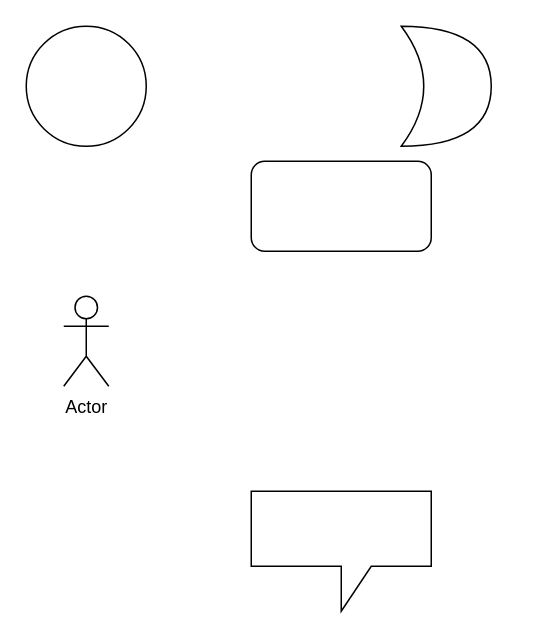
This is page "Page-2" (2 of 3) of docs/assets/drawio/demo1.drawio from ShaoOrg/bulletin, a draw.io file, before an edit. Source tidied: cells renumbered, new cells numbered last; positions are measured from the earlier drawing's top-left corner, leaving out a move shared by most shapes. Both pictures are drawn from the tidied source at 150%, with x=0, y=0 at pixel (26, 26).
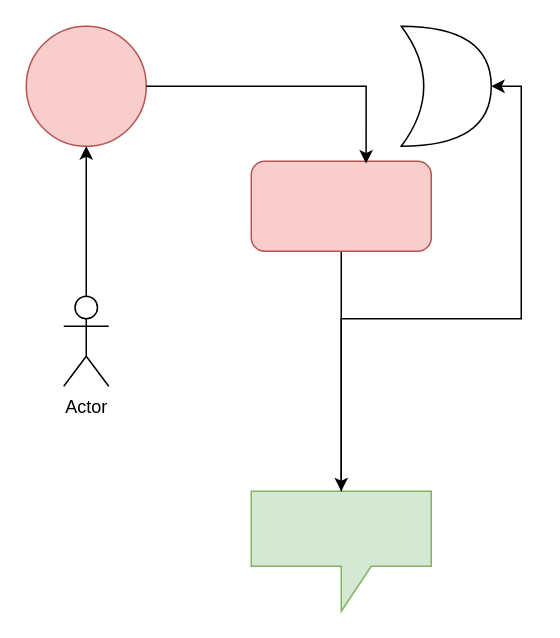
Above is the later version.

Commit message:
commit by web api from e8f70b6578c5

Diff of the diagram source:
```diff
@@
 <mxGraphModel>
   <root>
     <mxCell id="0" />
     <mxCell id="1" parent="0" />
+    <mxCell id="7" style="edgeStyle=orthogonalEdgeStyle;rounded=0;jettySize=auto;html=1;" parent="1" edge="1" source="2" target="4">
+      <mxGeometry relative="1" as="geometry" />
+    </mxCell>
-    <mxCell id="2" style="rounded=1;whiteSpace=wrap;html=1;" parent="1" vertex="1">
+    <mxCell id="2" style="rounded=1;whiteSpace=wrap;html=1;fillColor=#f8cecc;strokeColor=#b85450;" parent="1" vertex="1">
       <mxGeometry x="150" y="90" width="120" height="60" as="geometry" />
     </mxCell>
-    <mxCell id="3" style="ellipse;whiteSpace=wrap;html=1;" parent="1" vertex="1">
+    <mxCell id="3" style="ellipse;whiteSpace=wrap;html=1;fillColor=#f8cecc;strokeColor=#b85450;" parent="1" vertex="1">
       <mxGeometry width="80" height="80" as="geometry" />
     </mxCell>
-    <mxCell id="4" style="shape=callout;whiteSpace=wrap;html=1;perimeter=calloutPerimeter;" parent="1" vertex="1">
+    <mxCell id="4" style="shape=callout;whiteSpace=wrap;html=1;perimeter=calloutPerimeter;fillColor=#d5e8d4;strokeColor=#82b366;" parent="1" vertex="1">
       <mxGeometry x="150" y="310" width="120" height="80" as="geometry" />
     </mxCell>
+    <mxCell id="8" style="edgeStyle=orthogonalEdgeStyle;rounded=0;jettySize=auto;html=1;entryX=0.5;entryY=1;entryDx=0;entryDy=0;" parent="1" edge="1" source="5" target="3">
+      <mxGeometry relative="1" as="geometry" />
+    </mxCell>
     <mxCell id="5" value="Actor" style="shape=umlActor;verticalLabelPosition=bottom;verticalAlign=top;html=1;outlineConnect=0;" parent="1" vertex="1">
       <mxGeometry x="25" y="180" width="30" height="60" as="geometry" />
     </mxCell>
     <mxCell id="6" style="shape=xor;whiteSpace=wrap;html=1;" parent="1" vertex="1">
       <mxGeometry x="250" width="60" height="80" as="geometry" />
     </mxCell>
+    <mxCell id="9" style="edgeStyle=orthogonalEdgeStyle;rounded=0;jettySize=auto;html=1;entryX=0.638;entryY=0.025;entryDx=0;entryDy=0;entryPerimeter=0;" parent="1" edge="1" source="3" target="2">
+      <mxGeometry relative="1" as="geometry" />
+    </mxCell>
+    <mxCell id="10" style="edgeStyle=orthogonalEdgeStyle;rounded=0;jettySize=auto;html=1;entryX=1;entryY=0.5;entryDx=0;entryDy=0;entryPerimeter=0;" parent="1" edge="1" source="4" target="6">
+      <mxGeometry relative="1" as="geometry" />
+    </mxCell>
   </root>
 </mxGraphModel>
```
